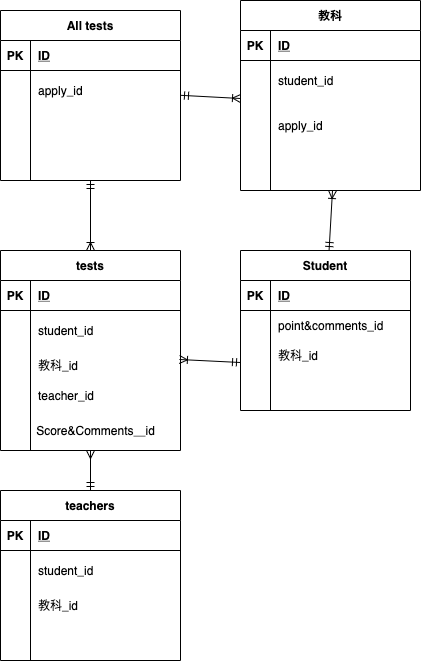
This is 設計図.drawio.png from yuka1007/db.draws, a draw.io export, as it was before one commit. Source tidied: cells renumbered, new cells last; positions are measured from the earlier drawing's top-left corner, leaving out a move shared by most shapes.
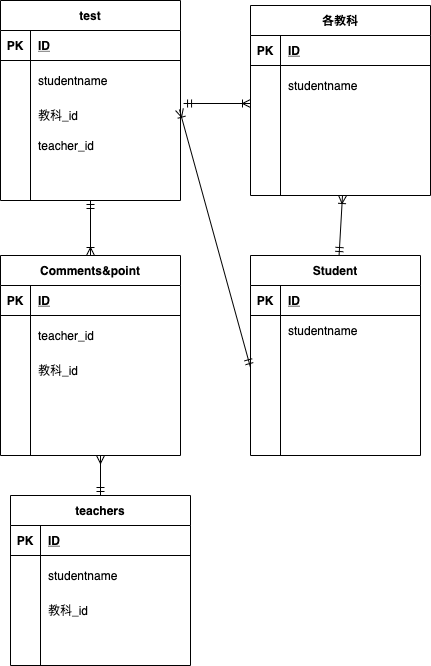
After the change.

The edit, as a diff of the source:
```diff
@@ -9,7 +9,7 @@
       </mxGeometry>
     </mxCell>
     <mxCell id="3" value="Student" style="shape=table;startSize=30;rowLines=0;fontStyle=1;align=center;" parent="1" vertex="1">
-      <mxGeometry x="240" y="250" width="170" height="160" as="geometry" />
+      <mxGeometry x="240" y="250" width="170" height="200" as="geometry" />
     </mxCell>
     <mxCell id="4" style="shape=partialRectangle;fillColor=none;top=0;left=0;bottom=1;right=0;" parent="3" vertex="1">
       <mxGeometry y="30" width="170" height="30" as="geometry" />
@@ -26,7 +26,7 @@
     <mxCell id="8" style="shape=partialRectangle;fillColor=none;top=0;left=0;bottom=0;right=0;overflow=hidden;" parent="7" vertex="1">
       <mxGeometry width="30" height="30" as="geometry" />
     </mxCell>
-    <mxCell id="9" value="point&amp;comments_id" style="shape=partialRectangle;fillColor=none;top=0;left=0;bottom=0;right=0;align=left;spacingLeft=6;overflow=hidden;" parent="7" vertex="1">
+    <mxCell id="9" value="studentname" style="shape=partialRectangle;fillColor=none;top=0;left=0;bottom=0;right=0;align=left;spacingLeft=6;overflow=hidden;" parent="7" vertex="1">
       <mxGeometry x="30" width="140" height="30" as="geometry" />
     </mxCell>
     <mxCell id="10" style="shape=partialRectangle;fillColor=none;top=0;left=0;bottom=0;right=0;" parent="3" vertex="1">
@@ -35,7 +35,7 @@
     <mxCell id="11" style="shape=partialRectangle;fillColor=none;top=0;left=0;bottom=0;right=0;overflow=hidden;" parent="10" vertex="1">
       <mxGeometry width="30" height="30" as="geometry" />
     </mxCell>
-    <mxCell id="12" value="教科_id" style="shape=partialRectangle;fillColor=none;top=0;left=0;bottom=0;right=0;align=left;spacingLeft=6;overflow=hidden;" parent="10" vertex="1">
+    <mxCell id="12" style="shape=partialRectangle;fillColor=none;top=0;left=0;bottom=0;right=0;align=left;spacingLeft=6;overflow=hidden;" parent="10" vertex="1">
       <mxGeometry x="30" width="140" height="30" as="geometry" />
     </mxCell>
     <mxCell id="13" style="shape=partialRectangle;fillColor=none;top=0;left=0;bottom=0;right=0;" parent="3" vertex="1">
@@ -47,11 +47,16 @@
     <mxCell id="15" style="shape=partialRectangle;fillColor=none;top=0;left=0;bottom=0;right=0;align=left;spacingLeft=6;overflow=hidden;" parent="13" vertex="1">
       <mxGeometry x="30" width="140" height="30" as="geometry" />
     </mxCell>
-    <mxCell id="16" style="edgeStyle=orthogonalEdgeStyle;rounded=0;jettySize=auto;html=1;entryX=0.5;entryY=0;entryDx=0;entryDy=0;startArrow=ERmany;startFill=0;endArrow=ERmandOne;endFill=0;" parent="1" edge="1" source="17" target="31">
-      <mxGeometry relative="1" as="geometry" />
+    <mxCell id="16" style="edgeStyle=orthogonalEdgeStyle;rounded=0;jettySize=auto;html=1;entryX=0.5;entryY=0;entryDx=0;entryDy=0;startArrow=ERmany;startFill=0;endArrow=ERmandOne;endFill=0;" parent="1" edge="1" target="31">
+      <mxGeometry relative="1" as="geometry">
+        <mxPoint x="90" y="450" as="sourcePoint" />
+      </mxGeometry>
     </mxCell>
+    <mxCell id="73" style="edgeStyle=none;rounded=0;jettySize=auto;html=1;entryX=0.5;entryY=0;entryDx=0;entryDy=0;startArrow=ERmandOne;startFill=0;endArrow=ERoneToMany;endFill=0;" parent="1" edge="1" source="17" target="74">
+      <mxGeometry relative="1" as="geometry" />
+    </mxCell>
-    <mxCell id="17" value="tests" style="shape=table;startSize=30;rowLines=0;fontStyle=1;align=center;" parent="1" vertex="1">
-      <mxGeometry y="250" width="180" height="200" as="geometry" />
+    <mxCell id="17" value="test" style="shape=table;startSize=30;rowLines=0;fontStyle=1;align=center;" parent="1" vertex="1">
+      <mxGeometry x="-10" y="-5" width="180" height="200" as="geometry" />
     </mxCell>
     <mxCell id="18" style="shape=partialRectangle;fillColor=none;top=0;left=0;bottom=1;right=0;" parent="17" vertex="1">
       <mxGeometry y="30" width="180" height="30" as="geometry" />
@@ -68,7 +73,7 @@
     <mxCell id="22" style="shape=partialRectangle;fillColor=none;top=0;left=0;bottom=0;right=0;overflow=hidden;" parent="21" vertex="1">
       <mxGeometry width="30" height="40" as="geometry" />
     </mxCell>
-    <mxCell id="23" value="student_id" style="shape=partialRectangle;fillColor=none;top=0;left=0;bottom=0;right=0;align=left;spacingLeft=6;overflow=hidden;" parent="21" vertex="1">
+    <mxCell id="23" value="studentname" style="shape=partialRectangle;fillColor=none;top=0;left=0;bottom=0;right=0;align=left;spacingLeft=6;overflow=hidden;" parent="21" vertex="1">
       <mxGeometry x="30" width="150" height="40" as="geometry" />
     </mxCell>
     <mxCell id="24" style="shape=partialRectangle;fillColor=none;top=0;left=0;bottom=0;right=0;points=[[0,0.5],[1,0.5]];portConstraint=eastwest;" parent="17" vertex="1">
@@ -112,7 +117,7 @@
     <mxCell id="36" style="shape=partialRectangle;fillColor=none;top=0;left=0;bottom=0;right=0;overflow=hidden;" parent="35" vertex="1">
       <mxGeometry width="30" height="40" as="geometry" />
     </mxCell>
-    <mxCell id="37" value="student_id" style="shape=partialRectangle;fillColor=none;top=0;left=0;bottom=0;right=0;align=left;spacingLeft=6;overflow=hidden;" parent="35" vertex="1">
+    <mxCell id="37" value="studentname" style="shape=partialRectangle;fillColor=none;top=0;left=0;bottom=0;right=0;align=left;spacingLeft=6;overflow=hidden;" parent="35" vertex="1">
       <mxGeometry x="30" width="150" height="40" as="geometry" />
     </mxCell>
     <mxCell id="38" style="shape=partialRectangle;fillColor=none;top=0;left=0;bottom=0;right=0;" parent="31" vertex="1">
@@ -133,49 +138,7 @@
     <mxCell id="43" style="shape=partialRectangle;fillColor=none;top=0;left=0;bottom=0;right=0;align=left;spacingLeft=6;overflow=hidden;" parent="41" vertex="1">
       <mxGeometry x="30" width="150" height="30" as="geometry" />
     </mxCell>
-    <mxCell id="44" style="edgeStyle=orthogonalEdgeStyle;rounded=0;jettySize=auto;html=1;startArrow=ERmandOne;startFill=0;endArrow=ERoneToMany;endFill=0;" parent="1" edge="1" source="45" target="17">
-      <mxGeometry relative="1" as="geometry" />
-    </mxCell>
-    <mxCell id="45" value="All tests" style="shape=table;startSize=30;rowLines=0;fontStyle=1;align=center;" parent="1" vertex="1">
-      <mxGeometry y="10" width="180" height="170" as="geometry" />
-    </mxCell>
-    <mxCell id="46" style="shape=partialRectangle;fillColor=none;top=0;left=0;bottom=1;right=0;" parent="45" vertex="1">
-      <mxGeometry y="30" width="180" height="30" as="geometry" />
-    </mxCell>
-    <mxCell id="47" value="PK" style="shape=partialRectangle;fillColor=none;top=0;left=0;bottom=0;right=0;fontStyle=1;overflow=hidden;" parent="46" vertex="1">
-      <mxGeometry width="30" height="30" as="geometry" />
-    </mxCell>
-    <mxCell id="48" value="ID" style="shape=partialRectangle;fillColor=none;top=0;left=0;bottom=0;right=0;align=left;spacingLeft=6;fontStyle=5;overflow=hidden;" parent="46" vertex="1">
-      <mxGeometry x="30" width="150" height="30" as="geometry" />
-    </mxCell>
-    <mxCell id="49" style="shape=partialRectangle;fillColor=none;top=0;left=0;bottom=0;right=0;points=[[0,0.5],[1,0.5]];portConstraint=eastwest;" parent="45" vertex="1">
-      <mxGeometry y="60" width="180" height="40" as="geometry" />
-    </mxCell>
-    <mxCell id="50" style="shape=partialRectangle;fillColor=none;top=0;left=0;bottom=0;right=0;overflow=hidden;" parent="49" vertex="1">
-      <mxGeometry width="30" height="40" as="geometry" />
-    </mxCell>
-    <mxCell id="51" value="apply_id" style="shape=partialRectangle;fillColor=none;top=0;left=0;bottom=0;right=0;align=left;spacingLeft=6;overflow=hidden;" parent="49" vertex="1">
-      <mxGeometry x="30" width="150" height="40" as="geometry" />
-    </mxCell>
-    <mxCell id="52" style="shape=partialRectangle;fillColor=none;top=0;left=0;bottom=0;right=0;" parent="45" vertex="1">
-      <mxGeometry y="100" width="180" height="30" as="geometry" />
-    </mxCell>
-    <mxCell id="53" style="shape=partialRectangle;fillColor=none;top=0;left=0;bottom=0;right=0;overflow=hidden;" parent="52" vertex="1">
-      <mxGeometry width="30" height="30" as="geometry" />
-    </mxCell>
-    <mxCell id="54" style="shape=partialRectangle;fillColor=none;top=0;left=0;bottom=0;right=0;align=left;spacingLeft=6;overflow=hidden;" parent="52" vertex="1">
-      <mxGeometry x="30" width="150" height="30" as="geometry" />
-    </mxCell>
-    <mxCell id="55" style="shape=partialRectangle;fillColor=none;top=0;left=0;bottom=0;right=0;" parent="45" vertex="1">
-      <mxGeometry y="130" width="180" height="30" as="geometry" />
-    </mxCell>
-    <mxCell id="56" style="shape=partialRectangle;fillColor=none;top=0;left=0;bottom=0;right=0;overflow=hidden;" parent="55" vertex="1">
-      <mxGeometry width="30" height="30" as="geometry" />
-    </mxCell>
-    <mxCell id="57" style="shape=partialRectangle;fillColor=none;top=0;left=0;bottom=0;right=0;align=left;spacingLeft=6;overflow=hidden;" parent="55" vertex="1">
-      <mxGeometry x="30" width="150" height="30" as="geometry" />
-    </mxCell>
-    <mxCell id="58" value="教科" style="shape=table;startSize=30;rowLines=0;fontStyle=1;align=center;" parent="1" vertex="1">
+    <mxCell id="58" value="各教科" style="shape=table;startSize=30;rowLines=0;fontStyle=1;align=center;" parent="1" vertex="1">
       <mxGeometry x="240" width="180" height="190" as="geometry" />
     </mxCell>
     <mxCell id="59" style="shape=partialRectangle;fillColor=none;top=0;left=0;bottom=1;right=0;" parent="58" vertex="1">
@@ -193,7 +156,7 @@
     <mxCell id="63" style="shape=partialRectangle;fillColor=none;top=0;left=0;bottom=0;right=0;overflow=hidden;" parent="62" vertex="1">
       <mxGeometry width="30" height="40" as="geometry" />
     </mxCell>
-    <mxCell id="64" value="student_id" style="shape=partialRectangle;fillColor=none;top=0;left=0;bottom=0;right=0;align=left;spacingLeft=6;overflow=hidden;" parent="62" vertex="1">
+    <mxCell id="64" value="studentname" style="shape=partialRectangle;fillColor=none;top=0;left=0;bottom=0;right=0;align=left;spacingLeft=6;overflow=hidden;" parent="62" vertex="1">
       <mxGeometry x="30" width="150" height="40" as="geometry" />
     </mxCell>
     <mxCell id="65" style="shape=partialRectangle;fillColor=none;top=0;left=0;bottom=0;right=0;points=[[0,0.5],[1,0.5]];portConstraint=eastwest;" parent="58" vertex="1">
@@ -202,7 +165,7 @@
     <mxCell id="66" style="shape=partialRectangle;fillColor=none;top=0;left=0;bottom=0;right=0;overflow=hidden;" parent="65" vertex="1">
       <mxGeometry width="30" height="50" as="geometry" />
     </mxCell>
-    <mxCell id="67" value="apply_id" style="shape=partialRectangle;fillColor=none;top=0;left=0;bottom=0;right=0;align=left;spacingLeft=6;overflow=hidden;" parent="65" vertex="1">
+    <mxCell id="67" style="shape=partialRectangle;fillColor=none;top=0;left=0;bottom=0;right=0;align=left;spacingLeft=6;overflow=hidden;" parent="65" vertex="1">
       <mxGeometry x="30" width="150" height="50" as="geometry" />
     </mxCell>
     <mxCell id="68" style="shape=partialRectangle;fillColor=none;top=0;left=0;bottom=0;right=0;" parent="58" vertex="1">
@@ -214,11 +177,47 @@
     <mxCell id="70" style="shape=partialRectangle;fillColor=none;top=0;left=0;bottom=0;right=0;align=left;spacingLeft=6;overflow=hidden;" parent="68" vertex="1">
       <mxGeometry x="30" width="150" height="30" as="geometry" />
     </mxCell>
-    <mxCell id="71" value="Score&amp;amp;Comments＿id" style="text;html=1;align=center;verticalAlign=middle;strokeColor=none;" parent="1" vertex="1">
-      <mxGeometry x="30" y="420" width="130" height="20" as="geometry" />
-    </mxCell>
-    <mxCell id="72" style="edgeStyle=none;rounded=0;jettySize=auto;html=1;entryX=0;entryY=-0.04;entryDx=0;entryDy=0;entryPerimeter=0;startArrow=ERmandOne;startFill=0;endArrow=ERoneToMany;endFill=0;" parent="1" edge="1" source="49" target="65">
+    <mxCell id="72" style="edgeStyle=none;rounded=0;jettySize=auto;html=1;entryX=0;entryY=-0.04;entryDx=0;entryDy=0;entryPerimeter=0;startArrow=ERmandOne;startFill=0;endArrow=ERoneToMany;endFill=0;exitX=1.017;exitY=0.1;exitDx=0;exitDy=0;exitPerimeter=0;" parent="1" edge="1" source="24" target="65">
       <mxGeometry relative="1" as="geometry" />
     </mxCell>
+    <mxCell id="74" value="Comments&amp;point" style="shape=table;startSize=30;rowLines=0;fontStyle=1;align=center;" parent="1" vertex="1">
+      <mxGeometry x="-10" y="250" width="180" height="200" as="geometry" />
+    </mxCell>
+    <mxCell id="46" style="shape=partialRectangle;fillColor=none;top=0;left=0;bottom=1;right=0;" parent="74" vertex="1">
+      <mxGeometry y="30" width="180" height="30" as="geometry" />
+    </mxCell>
+    <mxCell id="47" value="PK" style="shape=partialRectangle;fillColor=none;top=0;left=0;bottom=0;right=0;fontStyle=1;overflow=hidden;" parent="46" vertex="1">
+      <mxGeometry width="30" height="30" as="geometry" />
+    </mxCell>
+    <mxCell id="48" value="ID" style="shape=partialRectangle;fillColor=none;top=0;left=0;bottom=0;right=0;align=left;spacingLeft=6;fontStyle=5;overflow=hidden;" parent="46" vertex="1">
+      <mxGeometry x="30" width="150" height="30" as="geometry" />
+    </mxCell>
+    <mxCell id="49" style="shape=partialRectangle;fillColor=none;top=0;left=0;bottom=0;right=0;points=[[0,0.5],[1,0.5]];portConstraint=eastwest;" parent="74" vertex="1">
+      <mxGeometry y="60" width="180" height="40" as="geometry" />
+    </mxCell>
+    <mxCell id="50" style="shape=partialRectangle;fillColor=none;top=0;left=0;bottom=0;right=0;overflow=hidden;" parent="49" vertex="1">
+      <mxGeometry width="30" height="40" as="geometry" />
+    </mxCell>
+    <mxCell id="75" value="teacher_id" style="shape=partialRectangle;fillColor=none;top=0;left=0;bottom=0;right=0;align=left;spacingLeft=6;overflow=hidden;" parent="49" vertex="1">
+      <mxGeometry x="30" width="150" height="40" as="geometry" />
+    </mxCell>
+    <mxCell id="52" style="shape=partialRectangle;fillColor=none;top=0;left=0;bottom=0;right=0;" parent="74" vertex="1">
+      <mxGeometry y="100" width="180" height="30" as="geometry" />
+    </mxCell>
+    <mxCell id="76" style="shape=partialRectangle;fillColor=none;top=0;left=0;bottom=0;right=0;overflow=hidden;" parent="52" vertex="1">
+      <mxGeometry width="30" height="30" as="geometry" />
+    </mxCell>
+    <mxCell id="77" value="教科_id" style="shape=partialRectangle;fillColor=none;top=0;left=0;bottom=0;right=0;align=left;spacingLeft=6;overflow=hidden;" parent="52" vertex="1">
+      <mxGeometry x="30" width="150" height="30" as="geometry" />
+    </mxCell>
+    <mxCell id="55" style="shape=partialRectangle;fillColor=none;top=0;left=0;bottom=0;right=0;" parent="74" vertex="1">
+      <mxGeometry y="130" width="180" height="30" as="geometry" />
+    </mxCell>
+    <mxCell id="78" style="shape=partialRectangle;fillColor=none;top=0;left=0;bottom=0;right=0;overflow=hidden;" parent="55" vertex="1">
+      <mxGeometry width="30" height="30" as="geometry" />
+    </mxCell>
+    <mxCell id="79" style="shape=partialRectangle;fillColor=none;top=0;left=0;bottom=0;right=0;align=left;spacingLeft=6;overflow=hidden;" parent="55" vertex="1">
+      <mxGeometry x="30" width="150" height="30" as="geometry" />
+    </mxCell>
   </root>
 </mxGraphModel>
```
